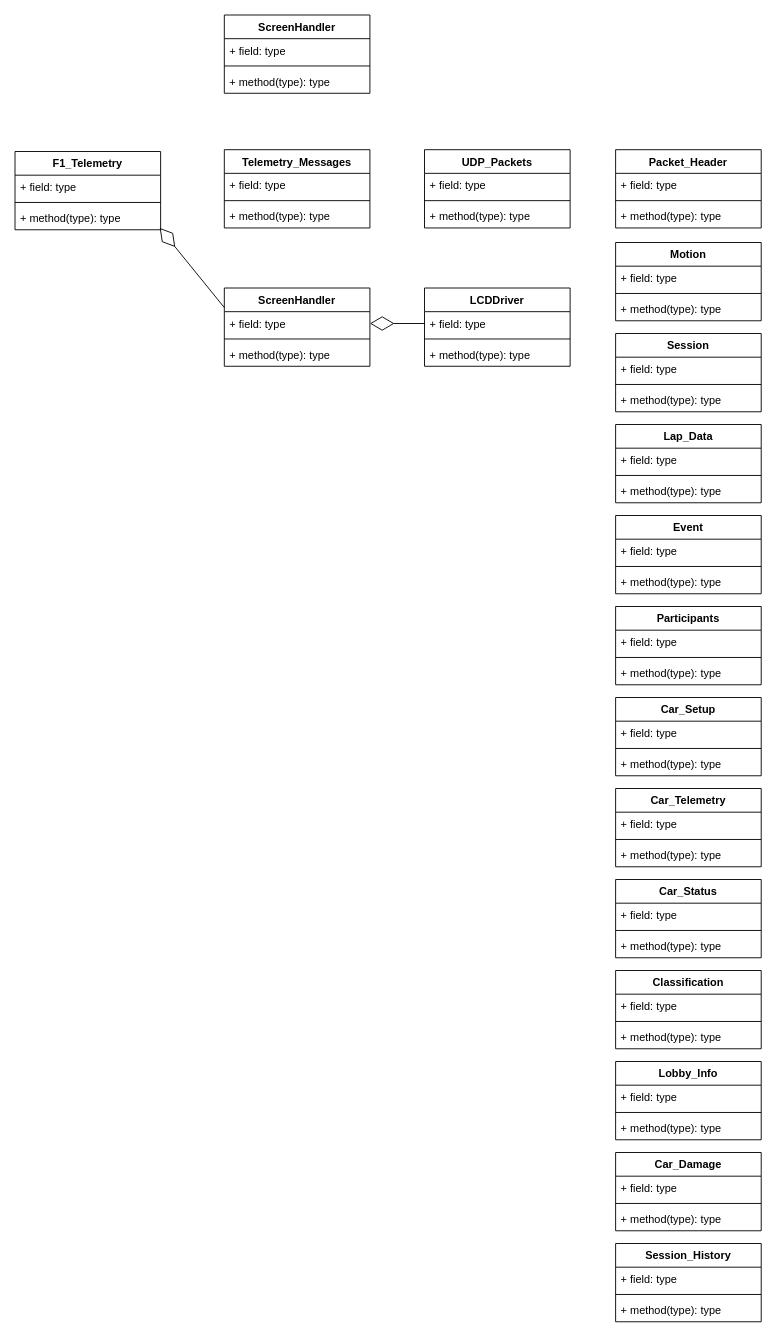
Above: Software_architecture.drawio in Judicael-Marchand/F1_2021_Header (draw.io), before the change. Source tidied: cells renumbered, new cells numbered last; positions are measured from the earlier drawing's top-left corner, leaving out a move shared by most shapes. Both pictures are drawn from the tidied source at 91%, with x=0, y=0 at pixel (15, 15).
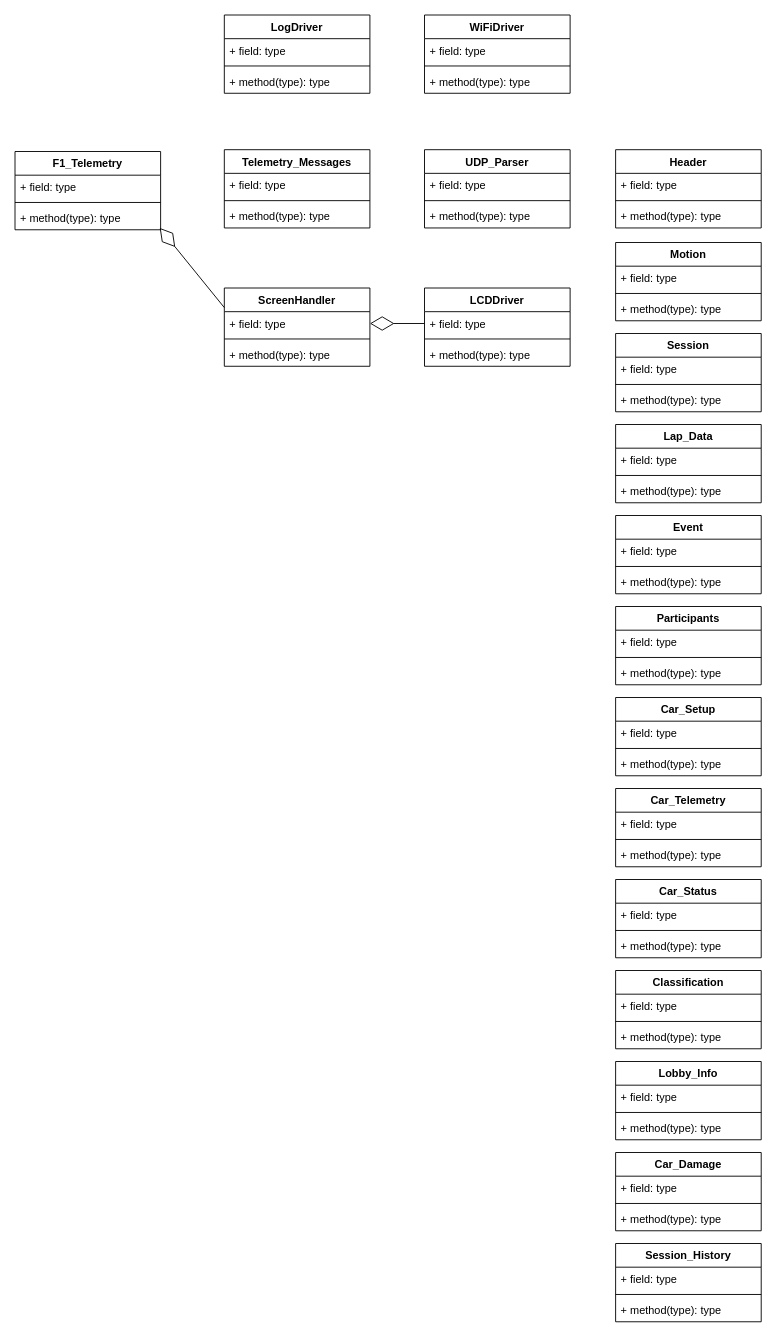
The same page after the edit.

The edit, as a diff of the source:
```diff
@@
-    <mxCell id="20" value="UDP_Packets" style="swimlane;fontStyle=1;align=center;verticalAlign=top;horizontal=1;startSize=26;" parent="1" vertex="1">
+    <mxCell id="20" value="UDP_Parser" style="swimlane;fontStyle=1;align=center;verticalAlign=top;horizontal=1;startSize=26;" parent="1" vertex="1">
       <mxGeometry x="450" y="148" width="160" height="86" as="geometry" />
     </mxCell>
@@
-    <mxCell id="24" value="Packet_Header" style="swimlane;fontStyle=1;align=center;verticalAlign=top;horizontal=1;startSize=26;" parent="1" vertex="1">
+    <mxCell id="24" value="Header" style="swimlane;fontStyle=1;align=center;verticalAlign=top;horizontal=1;startSize=26;" parent="1" vertex="1">
       <mxGeometry x="660" y="148" width="160" height="86" as="geometry" />
     </mxCell>
@@
-    <mxCell id="76" value="ScreenHandler" style="swimlane;fontStyle=1;align=center;verticalAlign=top;horizontal=1;startSize=26;" parent="1" vertex="1">
+    <mxCell id="76" value="LogDriver" style="swimlane;fontStyle=1;align=center;verticalAlign=top;horizontal=1;startSize=26;" parent="1" vertex="1">
       <mxGeometry x="230" width="160" height="86" as="geometry" />
     </mxCell>
@@
+    <mxCell id="80" value="WiFiDriver" style="swimlane;fontStyle=1;align=center;verticalAlign=top;horizontal=1;startSize=26;" parent="1" vertex="1">
+      <mxGeometry x="450" width="160" height="86" as="geometry" />
+    </mxCell>
+    <mxCell id="81" value="+ field: type" style="text;strokeColor=none;fillColor=none;align=left;verticalAlign=top;spacingLeft=4;spacingRight=4;overflow=hidden;" parent="80" vertex="1">
+      <mxGeometry y="26" width="160" height="26" as="geometry" />
+    </mxCell>
+    <mxCell id="82" style="line;strokeWidth=1;fillColor=none;align=left;verticalAlign=middle;spacingTop=-1;spacingLeft=3;spacingRight=3;labelPosition=right;" parent="80" vertex="1">
+      <mxGeometry y="52" width="160" height="8" as="geometry" />
+    </mxCell>
+    <mxCell id="83" value="+ method(type): type" style="text;strokeColor=none;fillColor=none;align=left;verticalAlign=top;spacingLeft=4;spacingRight=4;overflow=hidden;" parent="80" vertex="1">
+      <mxGeometry y="60" width="160" height="26" as="geometry" />
+    </mxCell>
```
